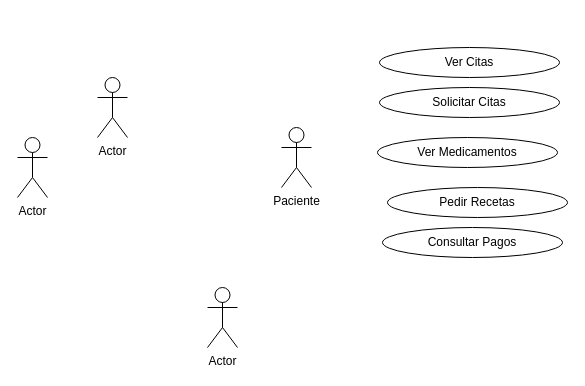
This is CASO1.1.drawio from konnylisethalucematorresCAMPUS/CasosDeUsoYeimy, a draw.io file, before an edit. Source tidied: cells renumbered, new cells numbered last; positions are measured from the earlier drawing's top-left corner, leaving out a move shared by most shapes. Both pictures are drawn from the tidied source at 100%, with x=0, y=0 at pixel (17, 47).
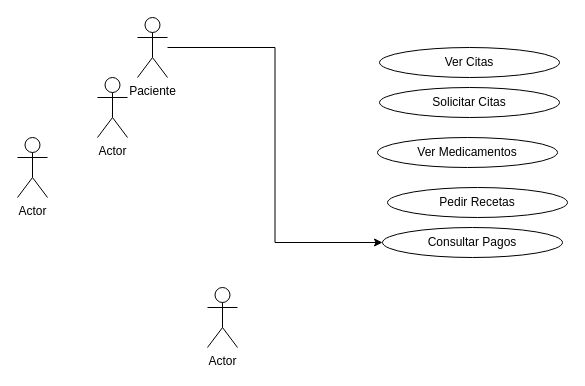
After the change.

What changed in the source:
```diff
@@
 <mxGraphModel>
   <root>
     <mxCell id="0" />
     <mxCell id="1" parent="0" />
     <mxCell id="2" value="Actor" style="shape=umlActor;verticalLabelPosition=bottom;verticalAlign=top;html=1;" parent="1" vertex="1">
       <mxGeometry x="80" y="30" width="30" height="60" as="geometry" />
     </mxCell>
     <mxCell id="3" value="Actor" style="shape=umlActor;verticalLabelPosition=bottom;verticalAlign=top;html=1;" parent="1" vertex="1">
       <mxGeometry x="190" y="240" width="30" height="60" as="geometry" />
     </mxCell>
     <mxCell id="4" value="Actor" style="shape=umlActor;verticalLabelPosition=bottom;verticalAlign=top;html=1;" parent="1" vertex="1">
       <mxGeometry y="90" width="30" height="60" as="geometry" />
     </mxCell>
+    <mxCell id="11" style="edgeStyle=orthogonalEdgeStyle;rounded=0;jettySize=auto;html=1;entryX=0;entryY=0.5;entryDx=0;entryDy=0;" parent="1" edge="1" source="5" target="9">
+      <mxGeometry relative="1" as="geometry" />
+    </mxCell>
     <mxCell id="5" value="Paciente" style="shape=umlActor;verticalLabelPosition=bottom;verticalAlign=top;html=1;outlineConnect=0;" parent="1" vertex="1">
-      <mxGeometry x="264" y="80" width="30" height="60" as="geometry" />
+      <mxGeometry x="120" y="-30" width="30" height="60" as="geometry" />
     </mxCell>
     <mxCell id="6" value="Ver Citas" style="ellipse;whiteSpace=wrap;html=1;" parent="1" vertex="1">
       <mxGeometry x="362" width="180" height="30" as="geometry" />
     </mxCell>
     <mxCell id="7" value="Solicitar Citas" style="ellipse;whiteSpace=wrap;html=1;" parent="1" vertex="1">
       <mxGeometry x="362" y="40" width="180" height="30" as="geometry" />
     </mxCell>
     <mxCell id="8" value="Ver Medicamentos" style="ellipse;whiteSpace=wrap;html=1;" parent="1" vertex="1">
       <mxGeometry x="360" y="90" width="180" height="30" as="geometry" />
     </mxCell>
     <mxCell id="9" value="Consultar Pagos" style="ellipse;whiteSpace=wrap;html=1;" parent="1" vertex="1">
       <mxGeometry x="365" y="180" width="180" height="30" as="geometry" />
     </mxCell>
     <mxCell id="10" value="Pedir Recetas" style="ellipse;whiteSpace=wrap;html=1;" parent="1" vertex="1">
       <mxGeometry x="370" y="140" width="180" height="30" as="geometry" />
     </mxCell>
   </root>
 </mxGraphModel>
```
